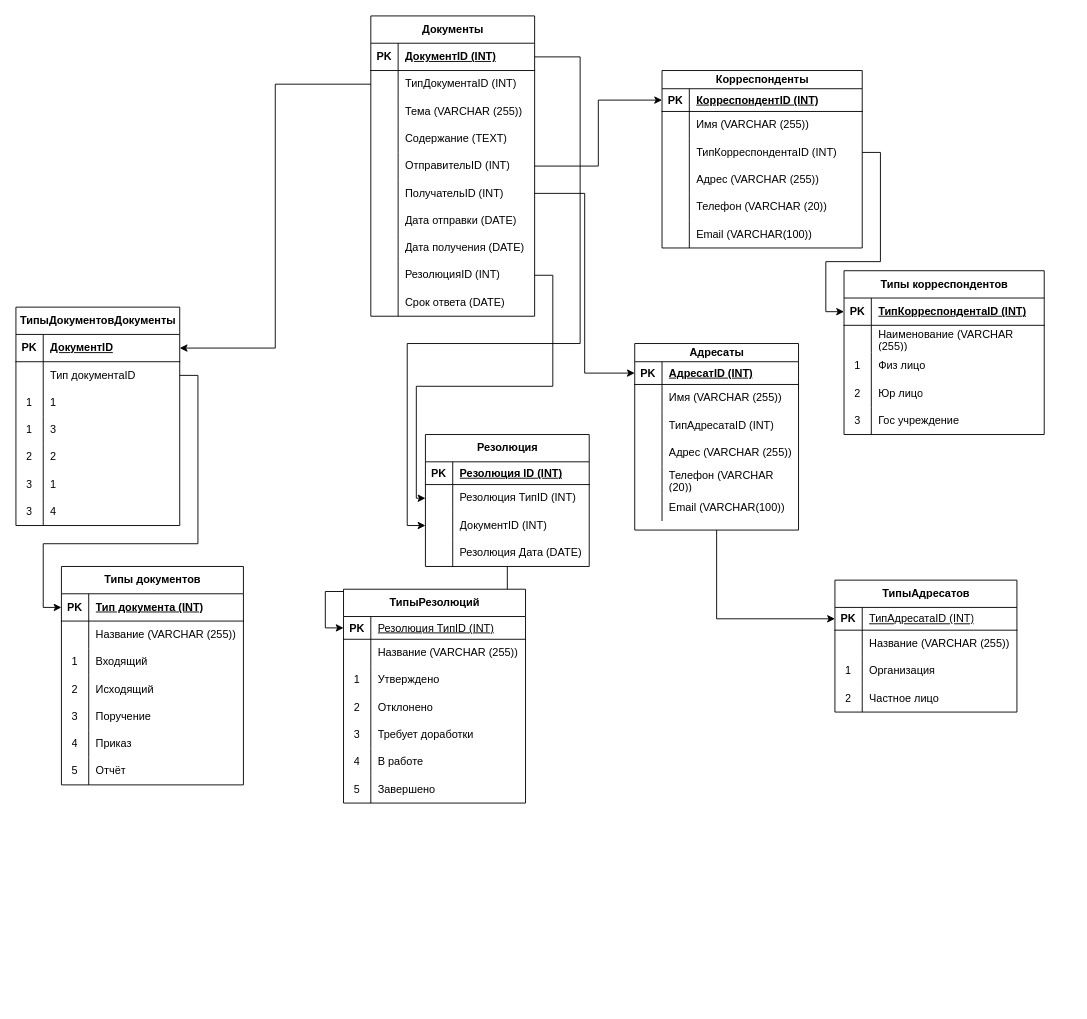
Syorito7/Tasks keeps this draw.io diagram as HSE/Course_3/Database/Laba_1/ER-диаграмма, вариант 12.drawio. Above is the earlier version. Source tidied: cells renumbered, new cells numbered last; positions are measured from the earlier drawing's top-left corner, leaving out a move shared by most shapes. Both pictures are drawn from the tidied source at 91%, with x=0, y=0 at pixel (15, 15).
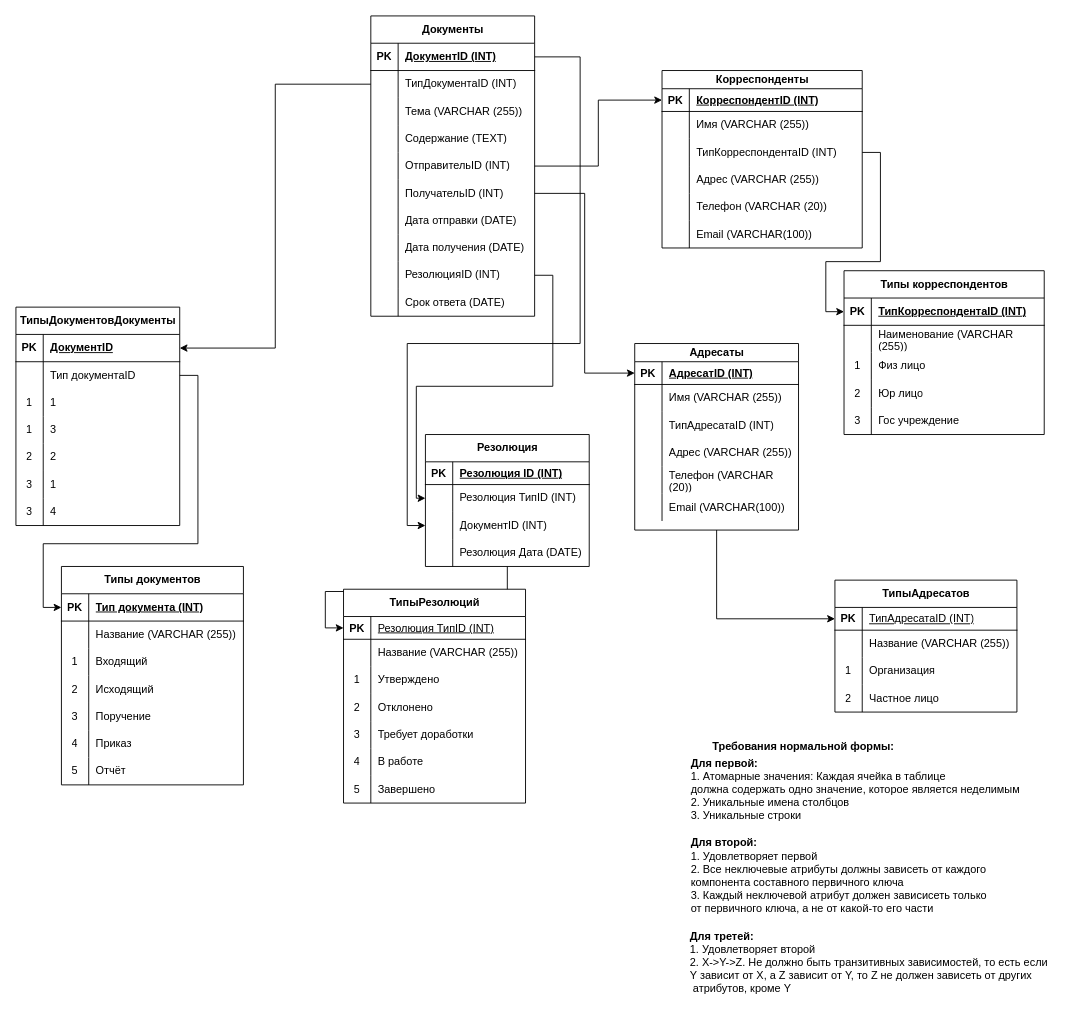
The same page after the edit.

Commit message (it also covers changes not shown here):
Added rules for formal norm in laba_1 for database

Diff of the diagram source:
```diff
@@
+    <mxCell id="188" value="&lt;b&gt;Требования нормальной формы:&lt;/b&gt;&lt;div&gt;&lt;br&gt;&lt;/div&gt;" style="text;html=1;align=center;verticalAlign=middle;strokeColor=none;fillColor=none;" parent="1" vertex="1">
+      <mxGeometry x="755" y="790" width="220" height="40" as="geometry" />
+    </mxCell>
+    <mxCell id="189" value="&lt;b&gt;Для первой:&lt;br&gt;&lt;/b&gt;1. Атомарные значения: Каждая ячейка в таблице&lt;div&gt;должна содержать одно значение, которое является неделимым&lt;/div&gt;&lt;div&gt;2. Уникальные имена столбцов&lt;/div&gt;&lt;div&gt;3. Уникальные строки&lt;/div&gt;" style="text;html=1;align=left;verticalAlign=middle;strokeColor=none;fillColor=none;" parent="1" vertex="1">
+      <mxGeometry x="740" y="805" width="390" height="90" as="geometry" />
+    </mxCell>
+    <mxCell id="190" value="&lt;b&gt;Для второй:&lt;br&gt;&lt;/b&gt;1. Удовлетворяет первой&lt;div&gt;2. Все неключевые атрибуты должны зависеть от каждого&lt;/div&gt;&lt;div&gt;компонента составного первичного ключа&lt;/div&gt;&lt;div&gt;3. Каждый неключевой атрибут должен зависисеть только&lt;/div&gt;&lt;div&gt;от первичного ключа, а не от какой-то его части&lt;/div&gt;" style="text;html=1;align=left;verticalAlign=middle;strokeColor=none;fillColor=none;" parent="1" vertex="1">
+      <mxGeometry x="740" y="895" width="350" height="100" as="geometry" />
+    </mxCell>
+    <mxCell id="191" value="&lt;b&gt;Для третей:&lt;/b&gt;&lt;div&gt;1. Удовлетворяет второй&lt;/div&gt;&lt;div&gt;2. X-&amp;gt;Y-&amp;gt;Z. Не должно быть транзитивных зависимостей, то есть если&lt;/div&gt;&lt;div&gt;Y зависит от X, а Z зависит от Y, то Z не должен зависеть от других&lt;/div&gt;&lt;div&gt;&amp;nbsp;атрибутов, кроме Y&lt;/div&gt;" style="text;html=1;align=left;verticalAlign=middle;strokeColor=none;fillColor=none;" parent="1" vertex="1">
+      <mxGeometry x="739" y="995" width="420" height="90" as="geometry" />
+    </mxCell>
```
